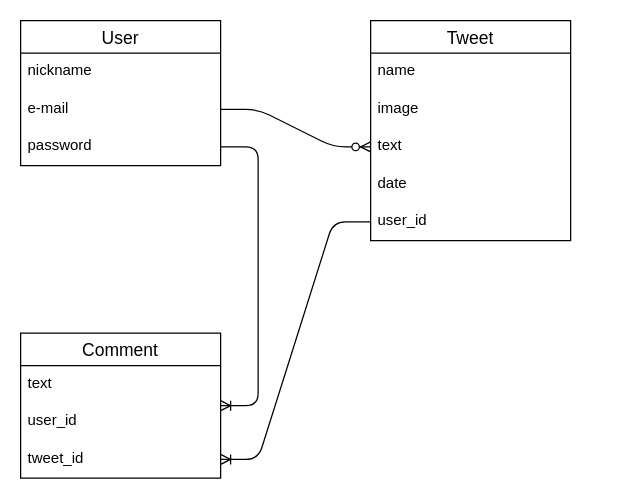
This is ER.dio from hhhaaruu/diary, a draw.io file, before an edit. Source tidied: cells renumbered, new cells numbered last; positions are measured from the earlier drawing's top-left corner, leaving out a move shared by most shapes. Both pictures are drawn from the tidied source at 125%, with x=0, y=0 at pixel (20, 20).
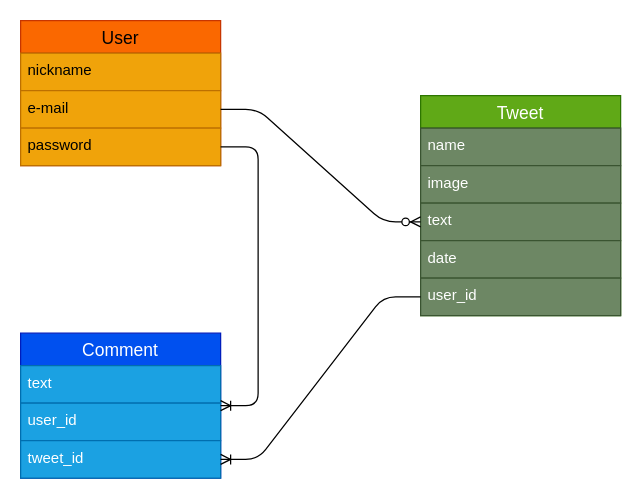
The same page after the edit.

What changed in the source:
```diff
@@
 <mxGraphModel>
   <root>
     <mxCell id="0" />
     <mxCell id="1" parent="0" />
-    <mxCell id="2" value="User" style="swimlane;fontStyle=0;horizontal=1;startSize=26;align=center;fontSize=14;" parent="1" vertex="1">
+    <mxCell id="2" value="User" style="swimlane;fontStyle=0;horizontal=1;startSize=26;align=center;fontSize=14;fillColor=#fa6800;fontColor=#000000;strokeColor=#C73500;" parent="1" vertex="1">
       <mxGeometry width="160" height="116" as="geometry" />
     </mxCell>
-    <mxCell id="3" value="nickname" style="text;strokeColor=none;fillColor=none;spacingLeft=4;spacingRight=4;overflow=hidden;fontSize=12;" parent="2" vertex="1">
+    <mxCell id="3" value="nickname" style="text;strokeColor=#BD7000;fillColor=#f0a30a;spacingLeft=4;spacingRight=4;overflow=hidden;fontSize=12;fontColor=#000000;" parent="2" vertex="1">
       <mxGeometry y="26" width="160" height="30" as="geometry" />
     </mxCell>
-    <mxCell id="4" value="e-mail" style="text;strokeColor=none;fillColor=none;spacingLeft=4;spacingRight=4;overflow=hidden;points=[[0,0.5],[1,0.5]];portConstraint=eastwest;fontSize=12;" parent="2" vertex="1">
+    <mxCell id="4" value="e-mail" style="text;strokeColor=#BD7000;fillColor=#f0a30a;spacingLeft=4;spacingRight=4;overflow=hidden;points=[[0,0.5],[1,0.5]];portConstraint=eastwest;fontSize=12;fontColor=#000000;" parent="2" vertex="1">
       <mxGeometry y="56" width="160" height="30" as="geometry" />
     </mxCell>
-    <mxCell id="5" value="password" style="text;strokeColor=none;fillColor=none;spacingLeft=4;spacingRight=4;overflow=hidden;points=[[0,0.5],[1,0.5]];portConstraint=eastwest;fontSize=12;" parent="2" vertex="1">
+    <mxCell id="5" value="password" style="text;strokeColor=#BD7000;fillColor=#f0a30a;spacingLeft=4;spacingRight=4;overflow=hidden;points=[[0,0.5],[1,0.5]];portConstraint=eastwest;fontSize=12;fontColor=#000000;" parent="2" vertex="1">
       <mxGeometry y="86" width="160" height="30" as="geometry" />
     </mxCell>
-    <mxCell id="6" value="Tweet" style="swimlane;fontStyle=0;horizontal=1;startSize=26;align=center;fontSize=14;" parent="1" vertex="1">
-      <mxGeometry x="280" width="160" height="176" as="geometry" />
+    <mxCell id="6" value="Tweet" style="swimlane;fontStyle=0;horizontal=1;startSize=26;align=center;fontSize=14;fillColor=#60a917;fontColor=#ffffff;strokeColor=#2D7600;" parent="1" vertex="1">
+      <mxGeometry x="320" y="60" width="160" height="176" as="geometry" />
     </mxCell>
-    <mxCell id="7" value="name" style="text;strokeColor=none;fillColor=none;spacingLeft=4;spacingRight=4;overflow=hidden;fontSize=12;" parent="6" vertex="1">
+    <mxCell id="7" value="name" style="text;strokeColor=#3A5431;fillColor=#6d8764;spacingLeft=4;spacingRight=4;overflow=hidden;fontSize=12;fontColor=#ffffff;" parent="6" vertex="1">
       <mxGeometry y="26" width="160" height="30" as="geometry" />
     </mxCell>
-    <mxCell id="8" value="image" style="text;strokeColor=none;fillColor=none;spacingLeft=4;spacingRight=4;overflow=hidden;fontSize=12;" parent="6" vertex="1">
+    <mxCell id="8" value="image" style="text;strokeColor=#3A5431;fillColor=#6d8764;spacingLeft=4;spacingRight=4;overflow=hidden;fontSize=12;fontColor=#ffffff;" parent="6" vertex="1">
       <mxGeometry y="56" width="160" height="30" as="geometry" />
     </mxCell>
-    <mxCell id="9" value="text" style="text;strokeColor=none;fillColor=none;spacingLeft=4;spacingRight=4;overflow=hidden;points=[[0,0.5],[1,0.5]];portConstraint=eastwest;fontSize=12;" parent="6" vertex="1">
+    <mxCell id="9" value="text" style="text;strokeColor=#3A5431;fillColor=#6d8764;spacingLeft=4;spacingRight=4;overflow=hidden;points=[[0,0.5],[1,0.5]];portConstraint=eastwest;fontSize=12;fontColor=#ffffff;" parent="6" vertex="1">
       <mxGeometry y="86" width="160" height="30" as="geometry" />
     </mxCell>
-    <mxCell id="10" value="date" style="text;strokeColor=none;fillColor=none;spacingLeft=4;spacingRight=4;overflow=hidden;fontSize=12;" parent="6" vertex="1">
+    <mxCell id="10" value="date" style="text;strokeColor=#3A5431;fillColor=#6d8764;spacingLeft=4;spacingRight=4;overflow=hidden;fontSize=12;fontColor=#ffffff;" parent="6" vertex="1">
       <mxGeometry y="116" width="160" height="30" as="geometry" />
     </mxCell>
-    <mxCell id="11" value="user_id" style="text;strokeColor=none;fillColor=none;spacingLeft=4;spacingRight=4;overflow=hidden;points=[[0,0.5],[1,0.5]];portConstraint=eastwest;fontSize=12;" parent="6" vertex="1">
+    <mxCell id="11" value="user_id" style="text;strokeColor=#3A5431;fillColor=#6d8764;spacingLeft=4;spacingRight=4;overflow=hidden;points=[[0,0.5],[1,0.5]];portConstraint=eastwest;fontSize=12;fontColor=#ffffff;" parent="6" vertex="1">
       <mxGeometry y="146" width="160" height="30" as="geometry" />
     </mxCell>
-    <mxCell id="12" value="Comment" style="swimlane;fontStyle=0;horizontal=1;startSize=26;align=center;fontSize=14;" parent="1" vertex="1">
+    <mxCell id="12" value="Comment" style="swimlane;fontStyle=0;horizontal=1;startSize=26;align=center;fontSize=14;fillColor=#0050ef;fontColor=#ffffff;strokeColor=#001DBC;" parent="1" vertex="1">
       <mxGeometry y="250" width="160" height="116" as="geometry" />
     </mxCell>
-    <mxCell id="13" value="text" style="text;strokeColor=none;fillColor=none;spacingLeft=4;spacingRight=4;overflow=hidden;fontSize=12;" parent="12" vertex="1">
+    <mxCell id="13" value="text" style="text;strokeColor=#006EAF;fillColor=#1ba1e2;spacingLeft=4;spacingRight=4;overflow=hidden;fontSize=12;fontColor=#ffffff;" parent="12" vertex="1">
       <mxGeometry y="26" width="160" height="30" as="geometry" />
     </mxCell>
-    <mxCell id="14" value="user_id" style="text;strokeColor=none;fillColor=none;spacingLeft=4;spacingRight=4;overflow=hidden;fontSize=12;" parent="12" vertex="1">
+    <mxCell id="14" value="user_id" style="text;strokeColor=#006EAF;fillColor=#1ba1e2;spacingLeft=4;spacingRight=4;overflow=hidden;fontSize=12;fontColor=#ffffff;" parent="12" vertex="1">
       <mxGeometry y="56" width="160" height="30" as="geometry" />
     </mxCell>
-    <mxCell id="15" value="tweet_id" style="text;strokeColor=none;fillColor=none;spacingLeft=4;spacingRight=4;overflow=hidden;points=[[0,0.5],[1,0.5]];portConstraint=eastwest;fontSize=12;" parent="12" vertex="1">
+    <mxCell id="15" value="tweet_id" style="text;strokeColor=#006EAF;fillColor=#1ba1e2;spacingLeft=4;spacingRight=4;overflow=hidden;points=[[0,0.5],[1,0.5]];portConstraint=eastwest;fontSize=12;fontColor=#ffffff;" parent="12" vertex="1">
       <mxGeometry y="86" width="160" height="30" as="geometry" />
     </mxCell>
     <mxCell id="16" style="edgeStyle=entityRelationEdgeStyle;fontSize=12;html=1;endArrow=ERzeroToMany;endFill=1;exitX=1;exitY=0.5;exitDx=0;exitDy=0;entryX=0;entryY=0.5;entryDx=0;entryDy=0;" parent="1" edge="1" source="4" target="9">
       <mxGeometry relative="1" as="geometry" />
     </mxCell>
     <mxCell id="17" style="edgeStyle=entityRelationEdgeStyle;fontSize=12;html=1;endArrow=ERoneToMany;exitX=1;exitY=0.5;exitDx=0;exitDy=0;" parent="1" edge="1" source="5" target="12">
       <mxGeometry relative="1" as="geometry" />
     </mxCell>
     <mxCell id="18" style="edgeStyle=entityRelationEdgeStyle;fontSize=12;html=1;endArrow=ERoneToMany;exitX=0;exitY=0.5;exitDx=0;exitDy=0;entryX=1;entryY=0.5;entryDx=0;entryDy=0;" parent="1" edge="1" source="11" target="15">
       <mxGeometry relative="1" as="geometry" />
     </mxCell>
   </root>
 </mxGraphModel>
```
